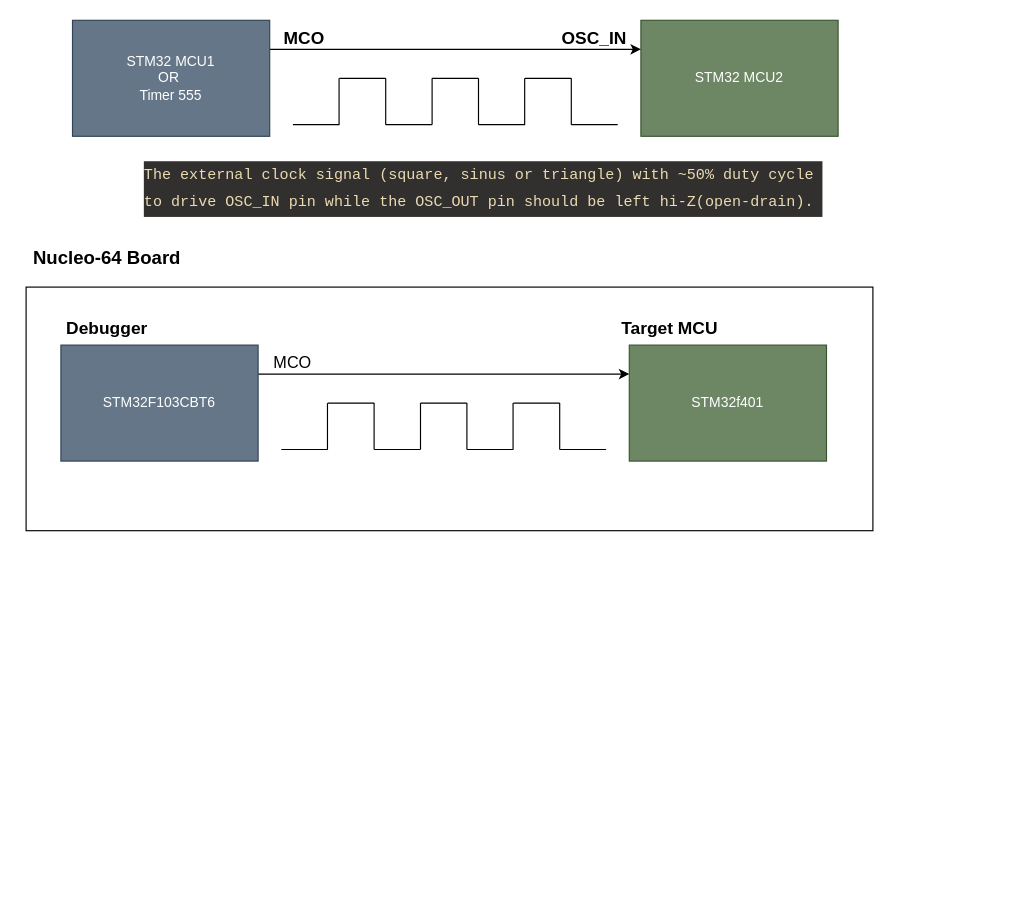
Above: Notes/draw.drawio in AhmedElgarnousy/Advanced_ES_Diploma (draw.io), before the change. Source tidied: cells renumbered, new cells numbered last; positions are measured from the earlier drawing's top-left corner, leaving out a move shared by most shapes. Both pictures are drawn from the tidied source at 116%, with x=0, y=0 at pixel (20, 20).
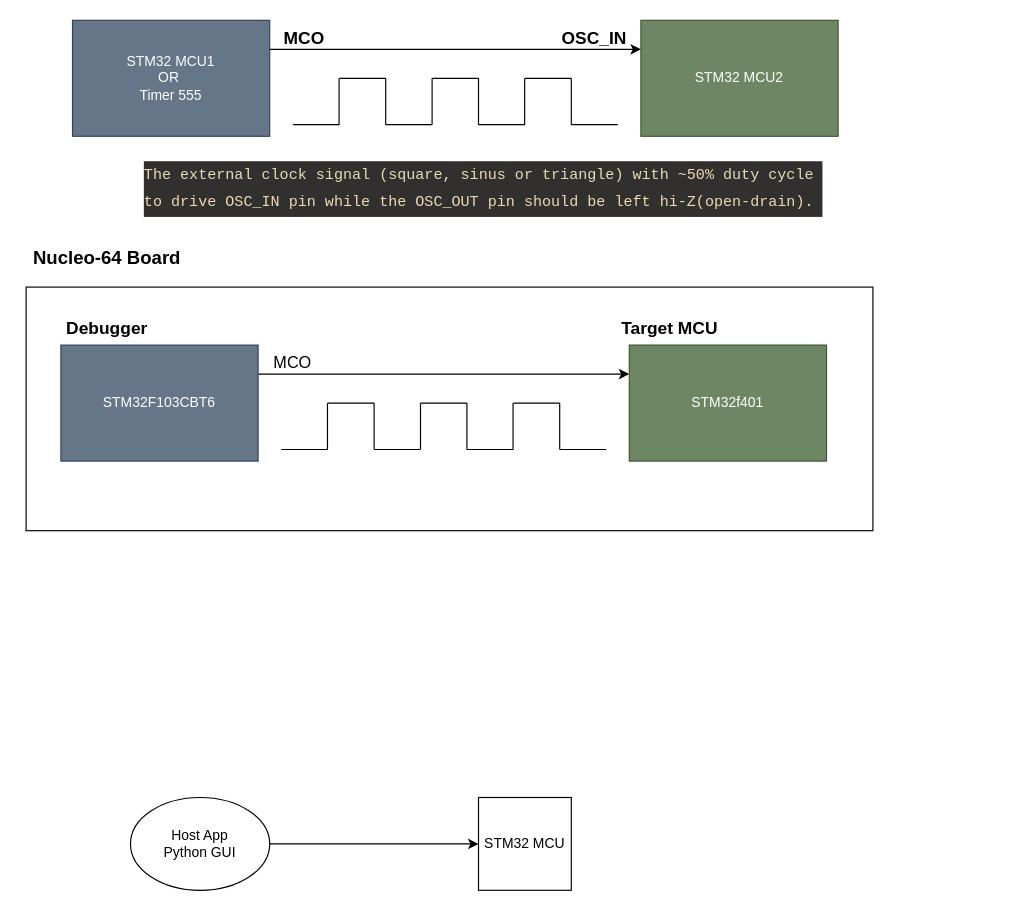
Above is the later version.

Diff of the diagram source:
```diff
@@
+    <mxCell id="42" style="edgeStyle=none;html=1;exitX=1;exitY=0.5;exitDx=0;exitDy=0;entryX=0;entryY=0.5;entryDx=0;entryDy=0;" parent="1" edge="1" source="43" target="44">
+      <mxGeometry relative="1" as="geometry" />
+    </mxCell>
+    <mxCell id="43" value="&lt;div&gt;Host App&lt;/div&gt;Python GUI" style="ellipse;whiteSpace=wrap;html=1;" parent="1" vertex="1">
+      <mxGeometry x="95" y="670" width="120" height="80" as="geometry" />
+    </mxCell>
+    <mxCell id="44" value="STM32 MCU" style="whiteSpace=wrap;html=1;" parent="1" vertex="1">
+      <mxGeometry x="395" y="670" width="80" height="80" as="geometry" />
+    </mxCell>
```
